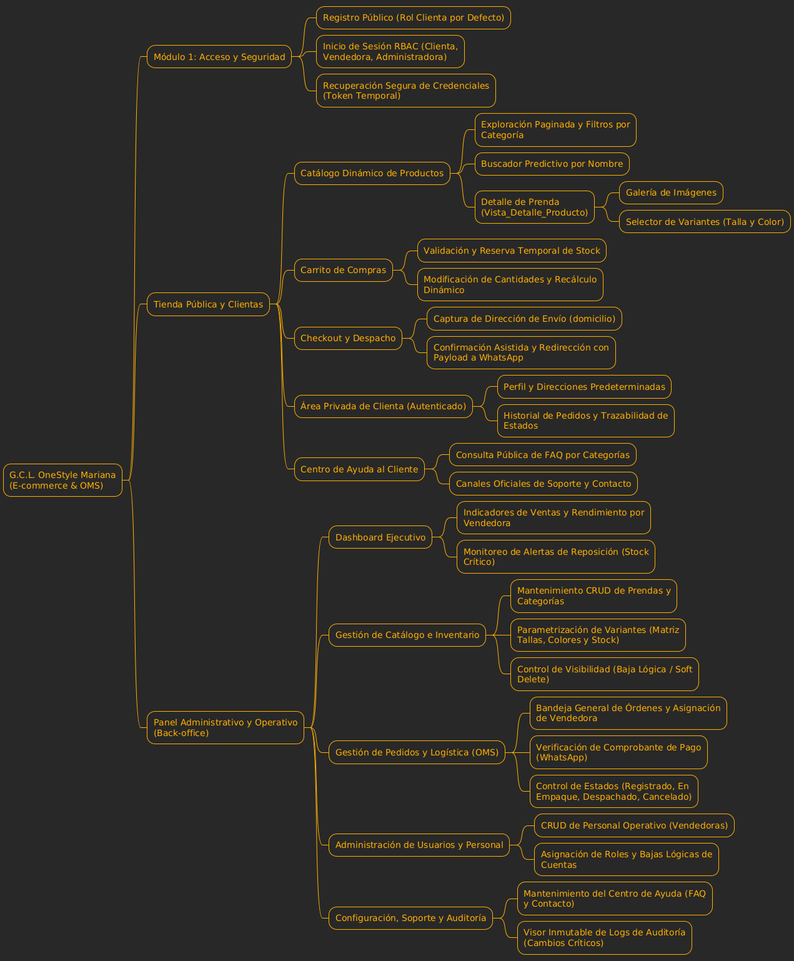
holo-t-leds/Concepto-OneStyle-Mariana keeps this PlantUML diagram as docs/mapa navegacion/mapanavegacion.png. Above is the earlier version.
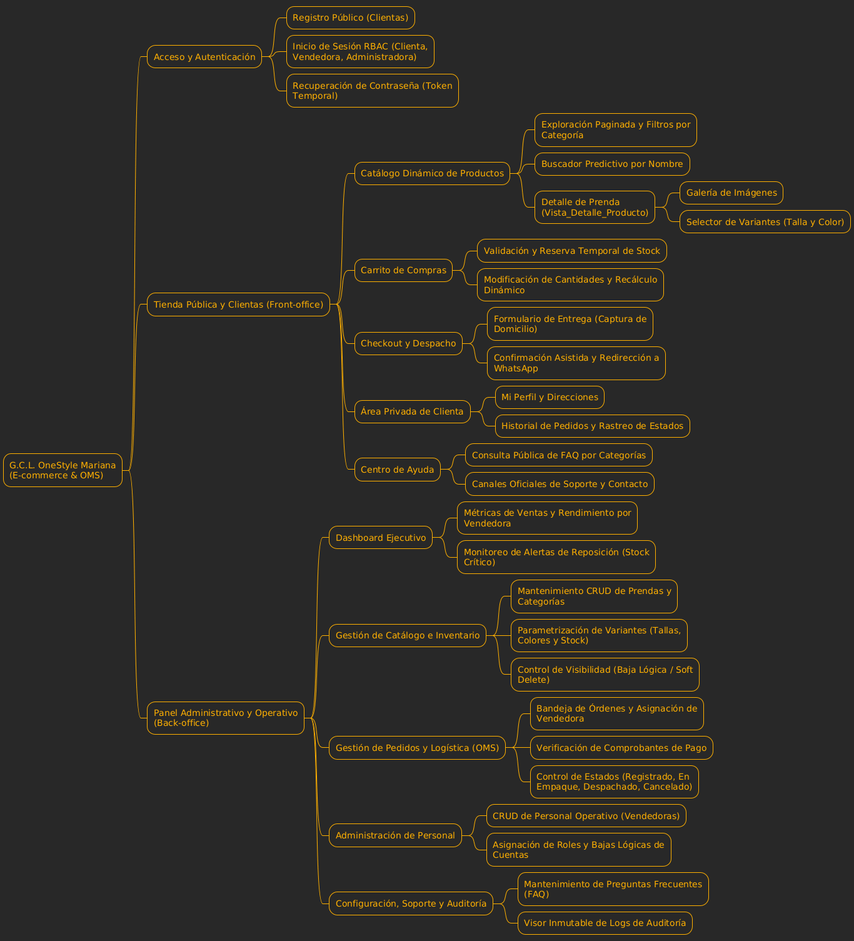
After the change.

Change to the diagram source:
```diff
@@ -5,12 +5,12 @@
 
 * G.C.L. OneStyle Mariana\n(E-commerce & OMS)
 
-** Módulo 1: Acceso y Seguridad
-*** Registro Público (Rol Clienta por Defecto)
+** Acceso y Autenticación
+*** Registro Público (Clientas)
 *** Inicio de Sesión RBAC (Clienta, Vendedora, Administradora)
-*** Recuperación Segura de Credenciales (Token Temporal)
+*** Recuperación de Contraseña (Token Temporal)
 
-** Tienda Pública y Clientas
+** Tienda Pública y Clientas (Front-office)
 *** Catálogo Dinámico de Productos
 **** Exploración Paginada y Filtros por Categoría
 **** Buscador Predictivo por Nombre
@@ -21,32 +21,32 @@
 **** Validación y Reserva Temporal de Stock
 **** Modificación de Cantidades y Recálculo Dinámico
 *** Checkout y Despacho
-**** Captura de Dirección de Envío (domicilio)
-**** Confirmación Asistida y Redirección con Payload a WhatsApp
-*** Área Privada de Clienta (Autenticado)
-**** Perfil y Direcciones Predeterminadas
-**** Historial de Pedidos y Trazabilidad de Estados
-*** Centro de Ayuda al Cliente
+**** Formulario de Entrega (Captura de Domicilio)
+**** Confirmación Asistida y Redirección a WhatsApp
+*** Área Privada de Clienta
+**** Mi Perfil y Direcciones
+**** Historial de Pedidos y Rastreo de Estados
+*** Centro de Ayuda
 **** Consulta Pública de FAQ por Categorías
 **** Canales Oficiales de Soporte y Contacto
 
 ** Panel Administrativo y Operativo (Back-office)
 *** Dashboard Ejecutivo
-**** Indicadores de Ventas y Rendimiento por Vendedora
+**** Métricas de Ventas y Rendimiento por Vendedora
 **** Monitoreo de Alertas de Reposición (Stock Crítico)
 *** Gestión de Catálogo e Inventario
 **** Mantenimiento CRUD de Prendas y Categorías
-**** Parametrización de Variantes (Matriz Tallas, Colores y Stock)
+**** Parametrización de Variantes (Tallas, Colores y Stock)
 **** Control de Visibilidad (Baja Lógica / Soft Delete)
 *** Gestión de Pedidos y Logística (OMS)
-**** Bandeja General de Órdenes y Asignación de Vendedora
-**** Verificación de Comprobante de Pago (WhatsApp)
+**** Bandeja de Órdenes y Asignación de Vendedora
+**** Verificación de Comprobantes de Pago
 **** Control de Estados (Registrado, En Empaque, Despachado, Cancelado)
-*** Administración de Usuarios y Personal
+*** Administración de Personal
 **** CRUD de Personal Operativo (Vendedoras)
 **** Asignación de Roles y Bajas Lógicas de Cuentas
 *** Configuración, Soporte y Auditoría
-**** Mantenimiento del Centro de Ayuda (FAQ y Contacto)
-**** Visor Inmutable de Logs de Auditoría (Cambios Críticos)
+**** Mantenimiento de Preguntas Frecuentes (FAQ)
+**** Visor Inmutable de Logs de Auditoría
 
 @endmindmap
```
